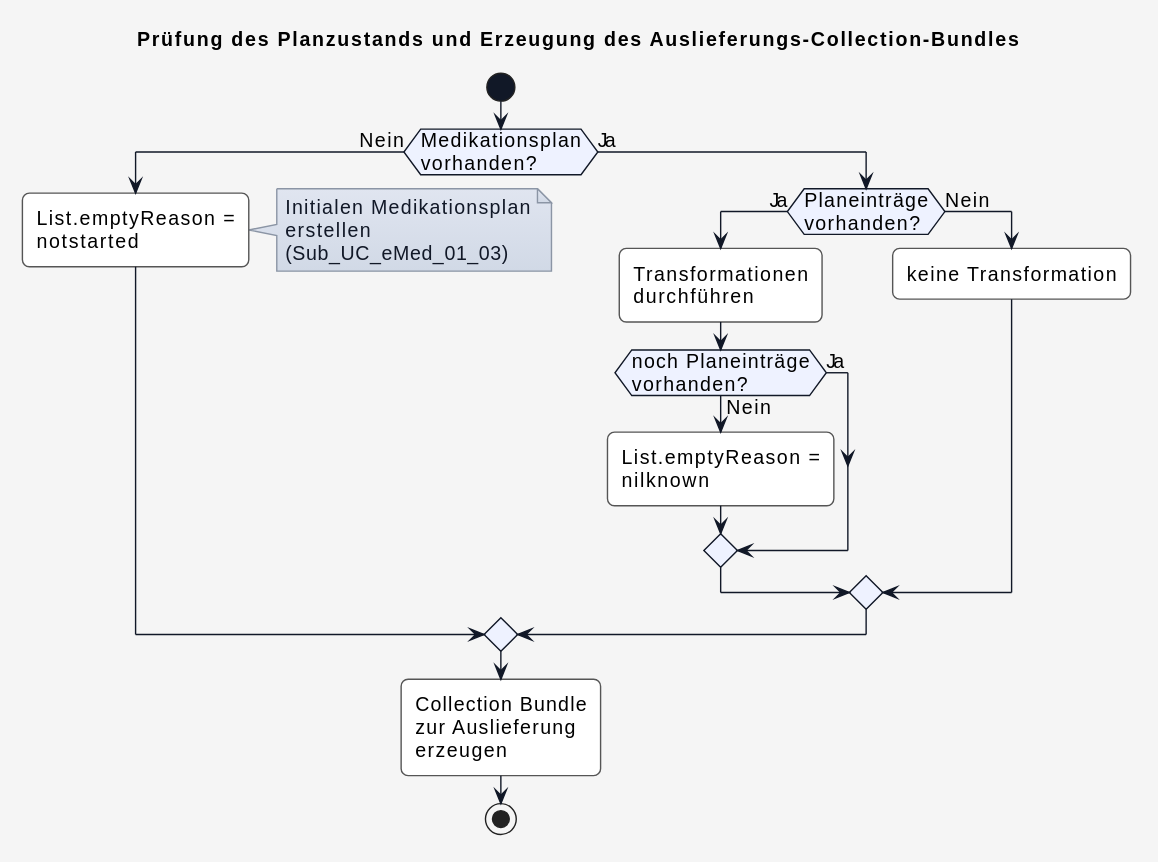
Earlier version of the PlantUML export input/images/plantuml/UC_eMed_01_01_plancheck.svg (HL7Austria/ELGA-e-Medikation-R4). Source of this version:
```plantuml
@startuml
title Prüfung des Planzustands und Erzeugung des Auslieferungs-Collection-Bundles

skinparam borderColor #000000
skinparam backgroundColor #f5f5f5
skinparam shadowing false
skinparam roundCorner 10
skinparam defaultFontName "Arial"
skinparam defaultFontSize 14
skinparam defaultFontColor #000000
skinparam HyperlinkColor #0000EE
skinparam HyperlinkUnderline false
skinparam BoxPadding 20
skinparam BoxBorderColor #555555

skinparam note {
  BackgroundColor #e0e5f0-#d1d9e6
  BorderColor #8b95a5
  BorderThickness 1
  RoundCorner 0
  Padding 6
  FontColor #111827
  Shadowing false
}

skinparam activity {
  BackgroundColor #ffffff
  BorderColor #555555
  BorderThickness 1
  FontColor #000000
  FontSize 14
  DiamondBackgroundColor #eef2ff
  DiamondBorderColor #111827
  DiamondFontColor #000000
  StartColor #111827
  EndColor #111827
  ArrowColor #111827
  ArrowThickness 1
}

start

if (Medikationsplan\nvorhanden?) then (Nein)

  :List.emptyReason =\nnotstarted;

  note right
    Initialen Medikationsplan
    erstellen
    (Sub_UC_eMed_01_03)
  end note

else (Ja)

  if (Planeinträge\nvorhanden?) then (Ja)

    :Transformationen\ndurchführen;

    if (noch Planeinträge\nvorhanden?) then (Ja)

    else (Nein)

      :List.emptyReason =\nnilknown;

    endif

  else (Nein)

    :keine Transformation;

  endif

endif

:Collection Bundle\nzur Auslieferung\nerzeugen;

stop
@enduml
```
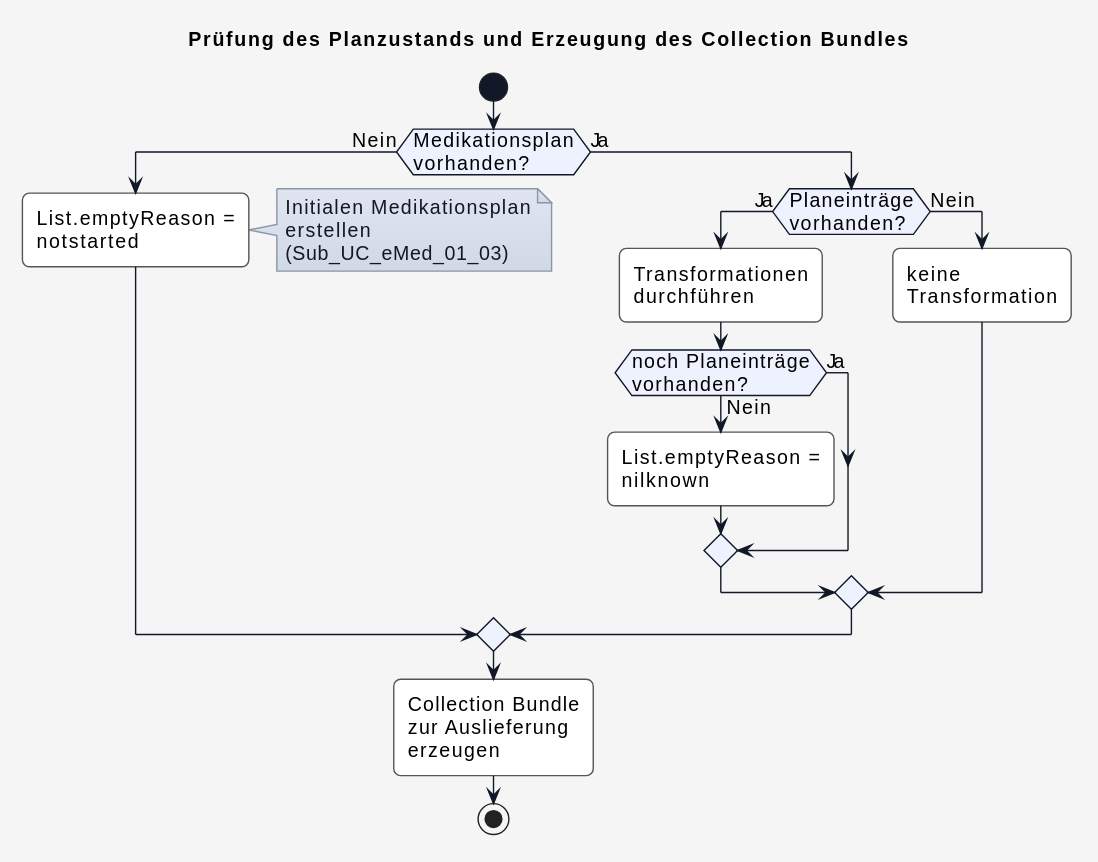
The same file after the commit.

Diff of the diagram source:
```diff
@@ -1,5 +1,5 @@
 @startuml
-title Prüfung des Planzustands und Erzeugung des Auslieferungs-Collection-Bundles
+title Prüfung des Planzustands und Erzeugung des Collection Bundles
 
 skinparam borderColor #000000
 skinparam backgroundColor #f5f5f5
@@ -66,7 +66,7 @@
 
   else (Nein)
 
-    :keine Transformation;
+    :keine\nTransformation;
 
   endif
 
```
